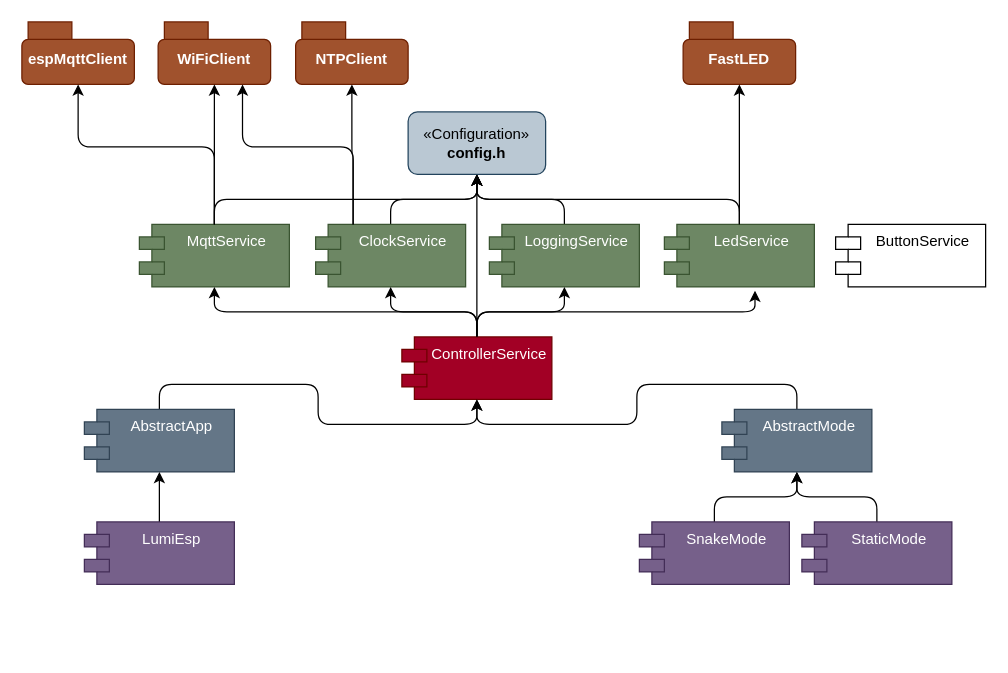
The draw.io diagram page "Classes" (2 of 3) of media/drawio/sketches.drawio in Friedjof/LumiESP, before the edit. Source tidied: cells renumbered, new cells numbered last; positions are measured from the earlier drawing's top-left corner, leaving out a move shared by most shapes. Both pictures are drawn from the tidied source at 125%, with x=0, y=0 at pixel (21, 21).
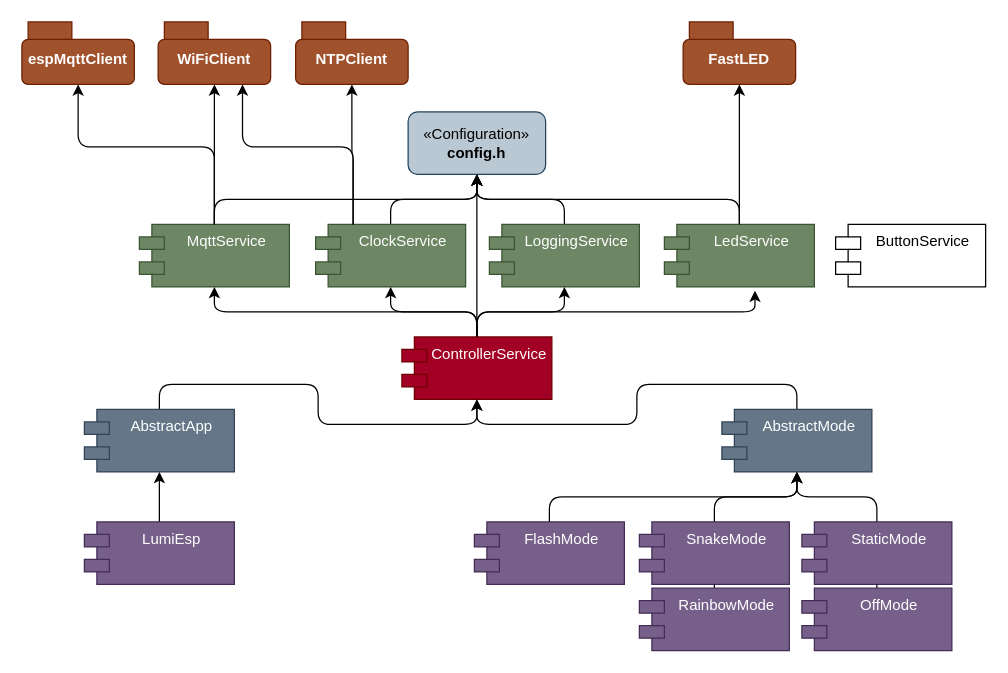
After the change.

Commit message (it also covers changes not shown here):
Refactor SnakeMode and FlashMode properties, update color values, and improve setup logic in main.cpp

The change refers to these unchanged cells:
```xml
<mxCell id="23" value="AbstractMode" style="shape=module;align=left;spacingLeft=20;align=center;verticalAlign=top;whiteSpace=wrap;html=1;shadow=0;rounded=1;fillColor=#647687;fontColor=#ffffff;strokeColor=#314354;" parent="1" vertex="1">
  <mxGeometry x="560" y="310" width="120" height="50" as="geometry" />
</mxCell>
<mxCell id="25" value="SnakeMode" style="shape=module;align=left;spacingLeft=20;align=center;verticalAlign=top;whiteSpace=wrap;html=1;shadow=0;fillColor=#76608a;fontColor=#ffffff;strokeColor=#432D57;rounded=1;" parent="1" vertex="1">
  <mxGeometry x="494" y="400" width="120" height="50" as="geometry" />
</mxCell>
<mxCell id="29" value="StaticMode" style="shape=module;align=left;spacingLeft=20;align=center;verticalAlign=top;whiteSpace=wrap;html=1;shadow=0;fillColor=#76608a;fontColor=#ffffff;strokeColor=#432D57;rounded=1;" parent="1" vertex="1">
  <mxGeometry x="624" y="400" width="120" height="50" as="geometry" />
</mxCell>
```

Change to the diagram source:
```diff
@@
+    <mxCell id="37" style="edgeStyle=orthogonalEdgeStyle;rounded=1;jettySize=auto;html=1;exitX=0.5;exitY=0;exitDx=0;exitDy=0;entryX=0.5;entryY=1;entryDx=0;entryDy=0;curved=0;" parent="1" edge="1" source="38" target="23">
+      <mxGeometry relative="1" as="geometry" />
+    </mxCell>
+    <mxCell id="38" value="FlashMode" style="shape=module;align=left;spacingLeft=20;align=center;verticalAlign=top;whiteSpace=wrap;html=1;shadow=0;fillColor=#76608a;fontColor=#ffffff;strokeColor=#432D57;rounded=1;" parent="1" vertex="1">
+      <mxGeometry x="362" y="400" width="120" height="50" as="geometry" />
+    </mxCell>
+    <mxCell id="39" style="rounded=0;jettySize=auto;html=1;exitX=0.5;exitY=0;exitDx=0;exitDy=0;endArrow=none;endFill=0;" parent="1" edge="1" source="40" target="25">
+      <mxGeometry relative="1" as="geometry" />
+    </mxCell>
+    <mxCell id="40" value="RainbowMode" style="shape=module;align=left;spacingLeft=20;align=center;verticalAlign=top;whiteSpace=wrap;html=1;shadow=0;fillColor=#76608a;fontColor=#ffffff;strokeColor=#432D57;rounded=1;" parent="1" vertex="1">
+      <mxGeometry x="494" y="453" width="120" height="50" as="geometry" />
+    </mxCell>
+    <mxCell id="41" style="rounded=0;jettySize=auto;html=1;exitX=0.5;exitY=0;exitDx=0;exitDy=0;endArrow=none;endFill=0;" parent="1" edge="1" source="42" target="29">
+      <mxGeometry relative="1" as="geometry" />
+    </mxCell>
+    <mxCell id="42" value="OffMode" style="shape=module;align=left;spacingLeft=20;align=center;verticalAlign=top;whiteSpace=wrap;html=1;shadow=0;fillColor=#76608a;fontColor=#ffffff;strokeColor=#432D57;rounded=1;" parent="1" vertex="1">
+      <mxGeometry x="624" y="453" width="120" height="50" as="geometry" />
+    </mxCell>
```
